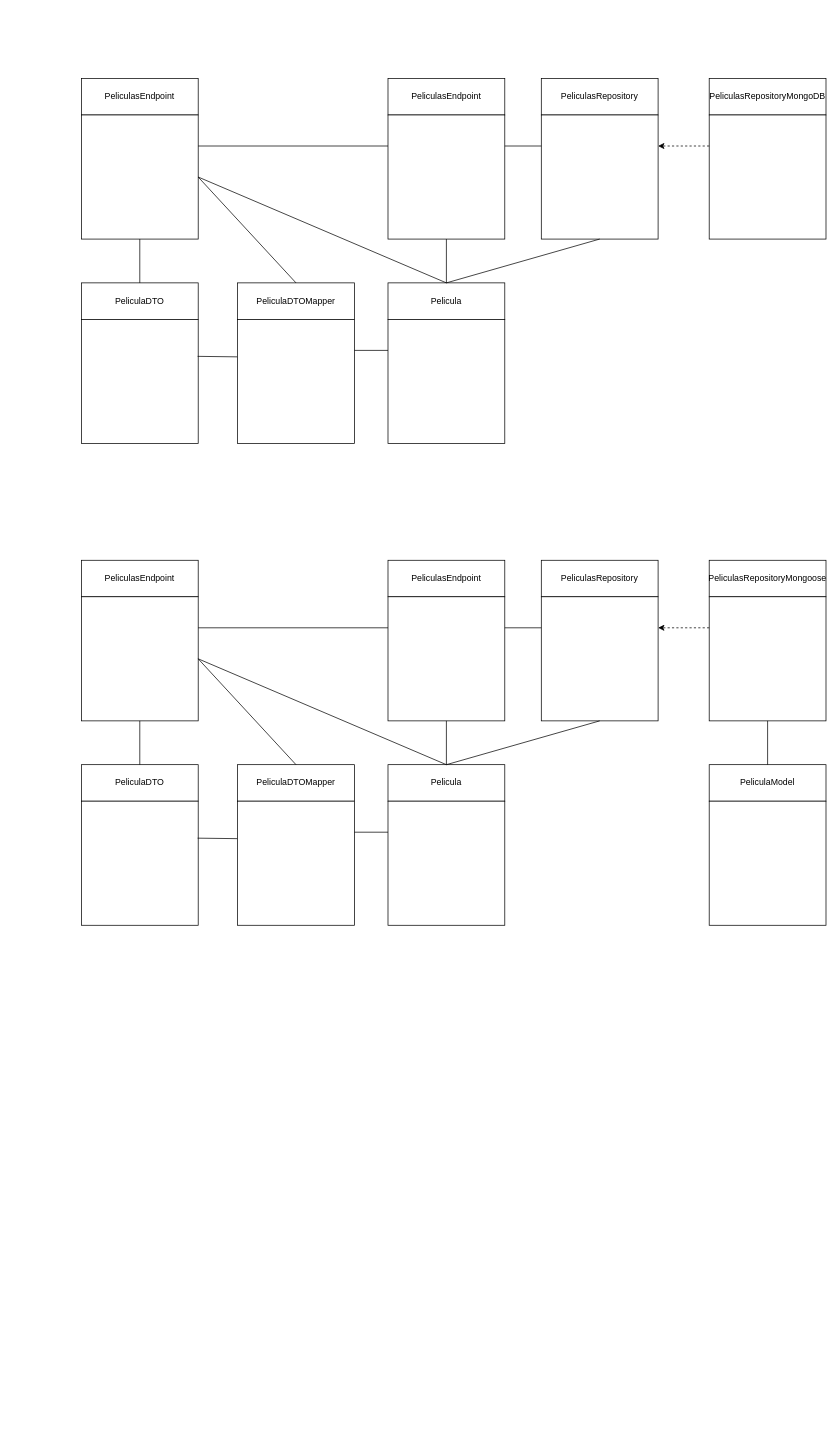
Before: page "Página-10" (9 of 11) of diagramas.drawio in lrag/Typescript, a draw.io diagram. Source tidied: cells renumbered, new cells numbered last; positions are measured from the earlier drawing's top-left corner, leaving out a move shared by most shapes. Both pictures are drawn from the tidied source at 73%, with x=0, y=0 at pixel (81, 78).
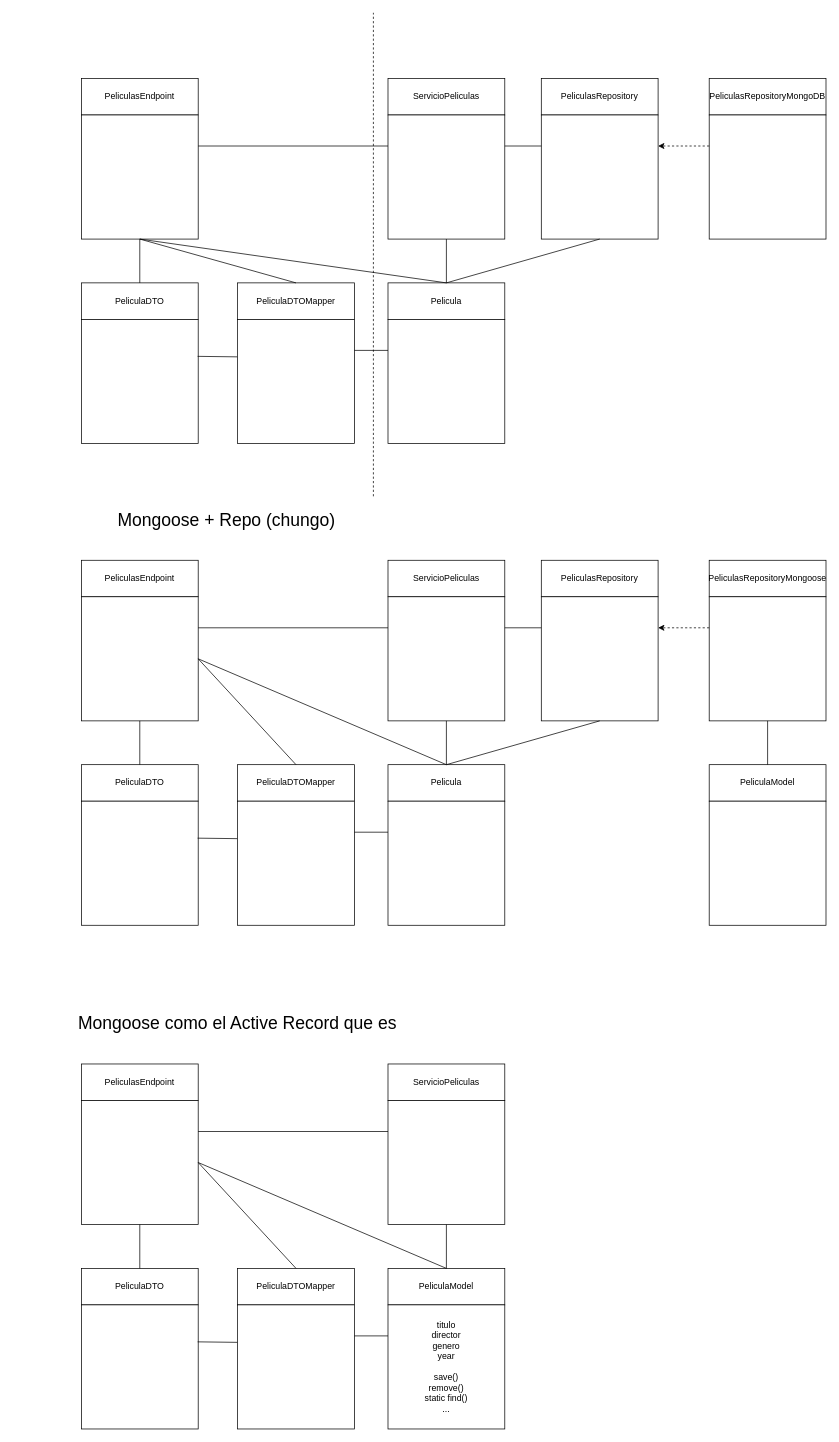
The same diagram, later.

The change refers to these unchanged cells:
```xml
<mxCell id="3" style="rounded=0;whiteSpace=wrap;html=1;" parent="1" vertex="1">
  <mxGeometry y="50" width="160" height="170" as="geometry" />
</mxCell>
<mxCell id="7" value="PeliculaDTOMapper" style="rounded=0;whiteSpace=wrap;html=1;" parent="1" vertex="1">
  <mxGeometry x="214" y="280" width="160" height="50" as="geometry" />
</mxCell>
<mxCell id="13" value="Pelicula" style="rounded=0;whiteSpace=wrap;html=1;" parent="1" vertex="1">
  <mxGeometry x="420" y="280" width="160" height="50" as="geometry" />
</mxCell>
```

The edit, as a diff of the source:
```diff
@@
-    <mxCell id="10" style="endArrow=none;html=1;rounded=0;exitX=1;exitY=0.5;exitDx=0;exitDy=0;entryX=0.5;entryY=0;entryDx=0;entryDy=0;" parent="1" edge="1" source="3" target="7">
+    <mxCell id="10" style="endArrow=none;html=1;rounded=0;exitX=0.5;exitY=1;exitDx=0;exitDy=0;entryX=0.5;entryY=0;entryDx=0;entryDy=0;" parent="1" edge="1" source="3" target="7">
       <mxGeometry relative="1" as="geometry" />
     </mxCell>
-    <mxCell id="11" value="PeliculasEndpoint" style="rounded=0;whiteSpace=wrap;html=1;" parent="1" vertex="1">
+    <mxCell id="11" value="ServicioPeliculas" style="rounded=0;whiteSpace=wrap;html=1;" parent="1" vertex="1">
       <mxGeometry x="420" width="160" height="50" as="geometry" />
     </mxCell>
@@
-    <mxCell id="18" style="endArrow=none;html=1;rounded=0;exitX=1;exitY=0.5;exitDx=0;exitDy=0;entryX=0.5;entryY=0;entryDx=0;entryDy=0;" parent="1" edge="1" source="3" target="13">
+    <mxCell id="18" style="endArrow=none;html=1;rounded=0;exitX=0.5;exitY=1;exitDx=0;exitDy=0;entryX=0.5;entryY=0;entryDx=0;entryDy=0;" parent="1" edge="1" source="3" target="13">
       <mxGeometry relative="1" as="geometry" />
     </mxCell>
@@
-    <mxCell id="34" value="PeliculasEndpoint" style="rounded=0;whiteSpace=wrap;html=1;" parent="1" vertex="1">
+    <mxCell id="34" value="ServicioPeliculas" style="rounded=0;whiteSpace=wrap;html=1;" parent="1" vertex="1">
       <mxGeometry x="420" y="660" width="160" height="50" as="geometry" />
     </mxCell>
@@
+    <mxCell id="53" style="endArrow=none;dashed=1;html=1;rounded=0;fontSize=24;" parent="1" edge="1">
+      <mxGeometry relative="1" as="geometry">
+        <mxPoint x="400" y="572.4" as="sourcePoint" />
+        <mxPoint x="400" y="-90" as="targetPoint" />
+      </mxGeometry>
+    </mxCell>
+    <mxCell id="54" value="Mongoose + Repo (chungo)" style="text;html=1;strokeColor=none;fillColor=none;align=center;verticalAlign=middle;whiteSpace=wrap;rounded=0;fontSize=24;" parent="1" vertex="1">
+      <mxGeometry x="24" y="590" width="350" height="30" as="geometry" />
+    </mxCell>
+    <mxCell id="55" value="PeliculasEndpoint" style="rounded=0;whiteSpace=wrap;html=1;" parent="1" vertex="1">
+      <mxGeometry y="1350" width="160" height="50" as="geometry" />
+    </mxCell>
+    <mxCell id="56" style="rounded=0;whiteSpace=wrap;html=1;" parent="1" vertex="1">
+      <mxGeometry y="1400" width="160" height="170" as="geometry" />
+    </mxCell>
+    <mxCell id="57" value="PeliculaDTO" style="rounded=0;whiteSpace=wrap;html=1;" parent="1" vertex="1">
+      <mxGeometry y="1630" width="160" height="50" as="geometry" />
+    </mxCell>
+    <mxCell id="58" style="rounded=0;whiteSpace=wrap;html=1;" parent="1" vertex="1">
+      <mxGeometry y="1680" width="160" height="170" as="geometry" />
+    </mxCell>
+    <mxCell id="59" style="endArrow=none;html=1;rounded=0;entryX=0.5;entryY=1;entryDx=0;entryDy=0;" parent="1" edge="1" source="57" target="56">
+      <mxGeometry relative="1" as="geometry" />
+    </mxCell>
+    <mxCell id="60" value="PeliculaDTOMapper" style="rounded=0;whiteSpace=wrap;html=1;" parent="1" vertex="1">
+      <mxGeometry x="214" y="1630" width="160" height="50" as="geometry" />
+    </mxCell>
+    <mxCell id="61" style="rounded=0;whiteSpace=wrap;html=1;" parent="1" vertex="1">
+      <mxGeometry x="214" y="1680" width="160" height="170" as="geometry" />
+    </mxCell>
+    <mxCell id="62" style="endArrow=none;html=1;rounded=0;exitX=0.995;exitY=0.298;exitDx=0;exitDy=0;exitPerimeter=0;entryX=-0.003;entryY=0.302;entryDx=0;entryDy=0;entryPerimeter=0;" parent="1" edge="1" source="58" target="61">
+      <mxGeometry relative="1" as="geometry" />
+    </mxCell>
+    <mxCell id="63" style="endArrow=none;html=1;rounded=0;exitX=1;exitY=0.5;exitDx=0;exitDy=0;entryX=0.5;entryY=0;entryDx=0;entryDy=0;" parent="1" edge="1" source="56" target="60">
+      <mxGeometry relative="1" as="geometry" />
+    </mxCell>
+    <mxCell id="64" value="ServicioPeliculas" style="rounded=0;whiteSpace=wrap;html=1;" parent="1" vertex="1">
+      <mxGeometry x="420" y="1350" width="160" height="50" as="geometry" />
+    </mxCell>
+    <mxCell id="65" style="rounded=0;whiteSpace=wrap;html=1;" parent="1" vertex="1">
+      <mxGeometry x="420" y="1400" width="160" height="170" as="geometry" />
+    </mxCell>
+    <mxCell id="66" value="PeliculaModel" style="rounded=0;whiteSpace=wrap;html=1;" parent="1" vertex="1">
+      <mxGeometry x="420" y="1630" width="160" height="50" as="geometry" />
+    </mxCell>
+    <mxCell id="67" value="titulo&lt;br&gt;director&lt;br&gt;genero&lt;br&gt;year&lt;br&gt;&lt;br&gt;save()&lt;br&gt;remove()&lt;br&gt;static find()&lt;br&gt;..." style="rounded=0;whiteSpace=wrap;html=1;" parent="1" vertex="1">
+      <mxGeometry x="420" y="1680" width="160" height="170" as="geometry" />
+    </mxCell>
+    <mxCell id="68" style="endArrow=none;html=1;rounded=0;entryX=0.5;entryY=1;entryDx=0;entryDy=0;" parent="1" edge="1" source="66" target="65">
+      <mxGeometry relative="1" as="geometry" />
+    </mxCell>
+    <mxCell id="69" style="endArrow=none;html=1;rounded=0;exitX=1;exitY=0.25;exitDx=0;exitDy=0;entryX=0;entryY=0.25;entryDx=0;entryDy=0;" parent="1" edge="1" source="56" target="65">
+      <mxGeometry relative="1" as="geometry" />
+    </mxCell>
+    <mxCell id="70" style="endArrow=none;html=1;rounded=0;exitX=1;exitY=0.25;exitDx=0;exitDy=0;entryX=0;entryY=0.25;entryDx=0;entryDy=0;" parent="1" edge="1" source="61" target="67">
+      <mxGeometry relative="1" as="geometry" />
+    </mxCell>
+    <mxCell id="71" style="endArrow=none;html=1;rounded=0;exitX=1;exitY=0.5;exitDx=0;exitDy=0;entryX=0.5;entryY=0;entryDx=0;entryDy=0;" parent="1" edge="1" source="56" target="66">
+      <mxGeometry relative="1" as="geometry" />
+    </mxCell>
+    <mxCell id="72" value="Mongoose como el Active Record que es" style="text;html=1;strokeColor=none;fillColor=none;align=center;verticalAlign=middle;whiteSpace=wrap;rounded=0;fontSize=24;" parent="1" vertex="1">
+      <mxGeometry x="-94" y="1280" width="616" height="30" as="geometry" />
+    </mxCell>
```
